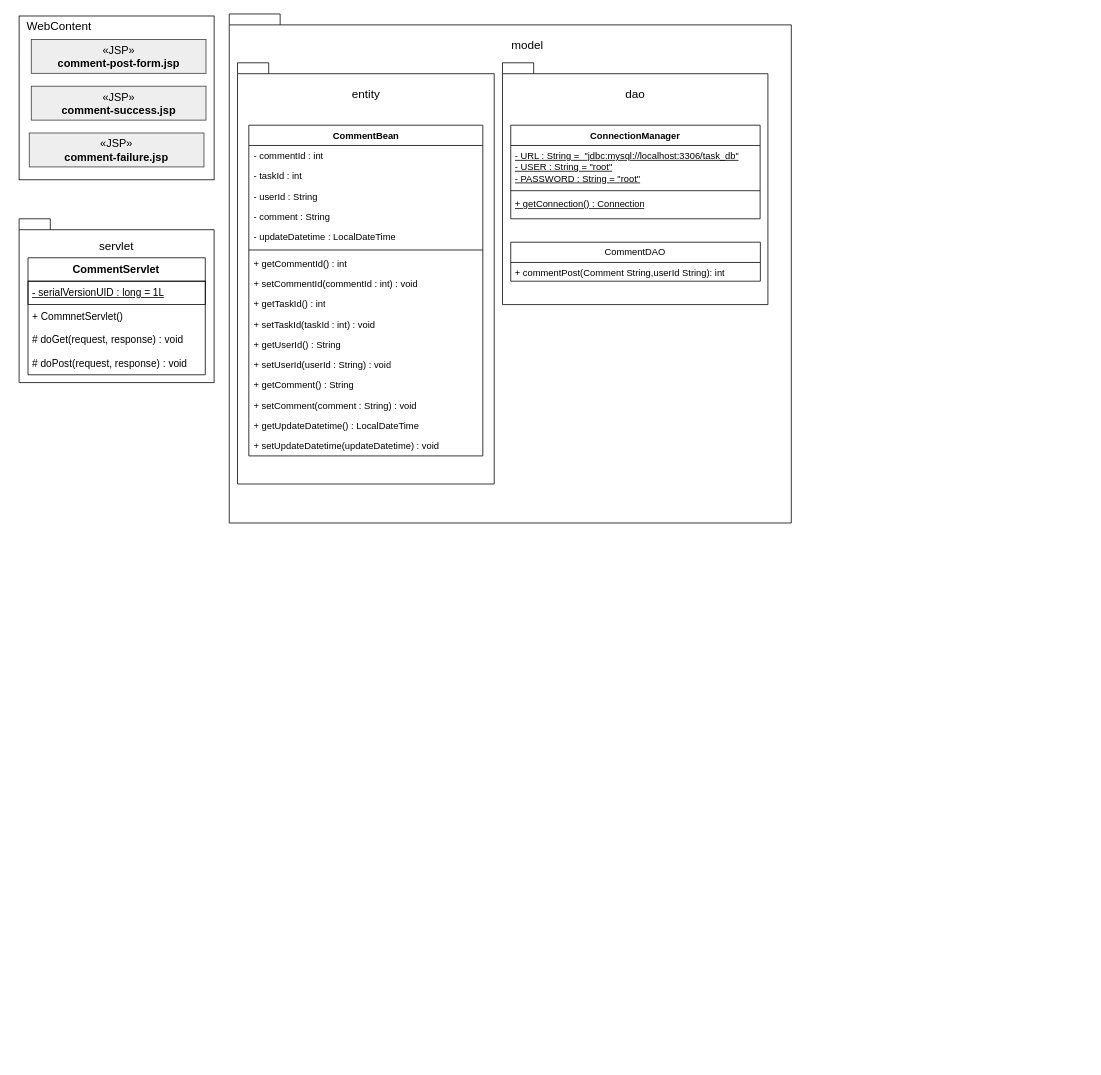
Above: design/class-diagram/詳細クラス図_コメント投稿機能.drawio in comsize-honiden/TaskManager62 (draw.io), before the change. Source tidied: cells renumbered, new cells numbered last; positions are measured from the earlier drawing's top-left corner, leaving out a move shared by most shapes. Both pictures are drawn from the tidied source at 78%, with x=0, y=0 at pixel (19, 13).
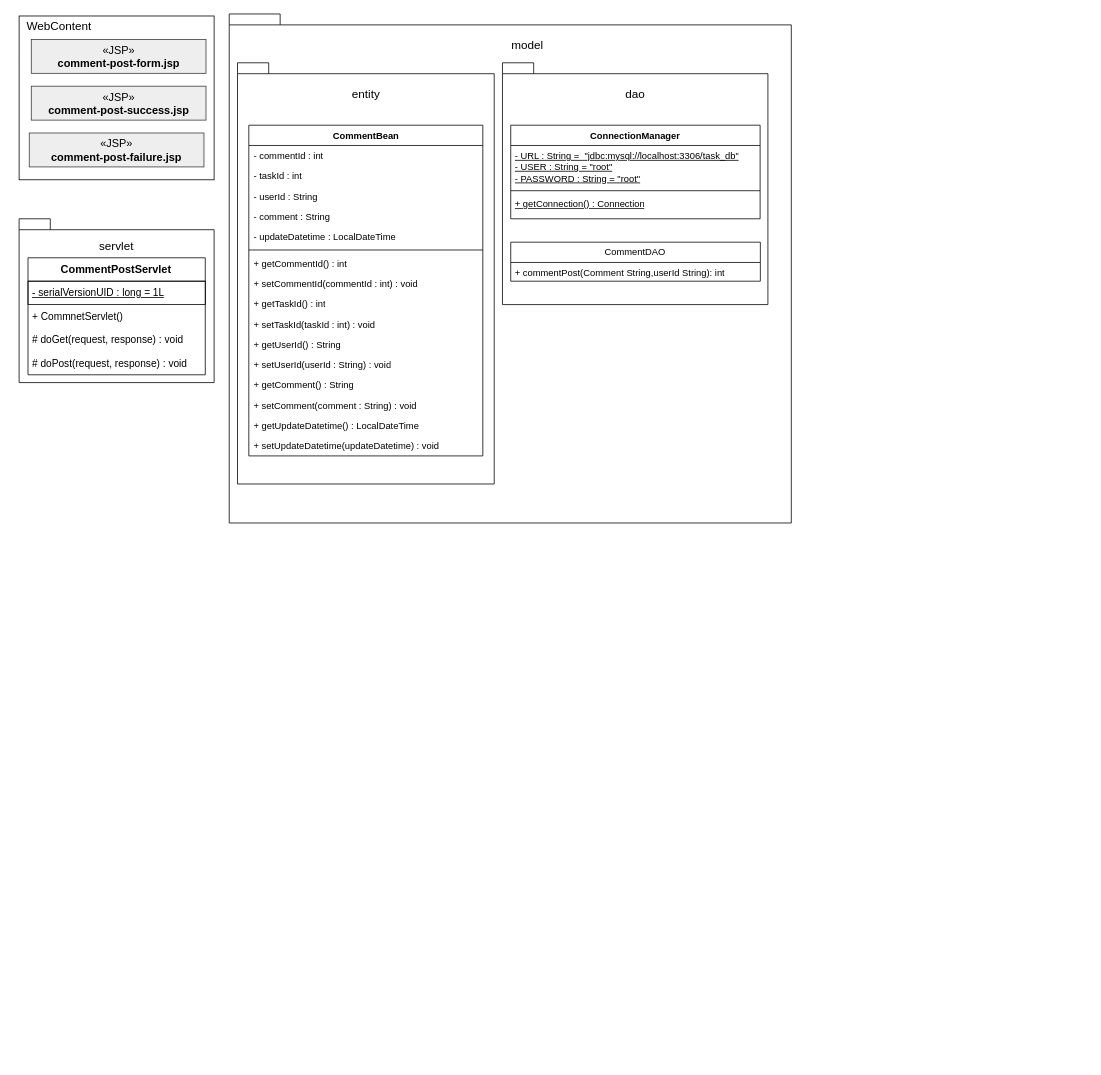
After the change.

Commit message:
更新　詳細クラス図_コメント投稿機能

Unchanged cells that the change refers to:
```xml
<mxCell id="33" style="group;" parent="1" vertex="1">
  <mxGeometry y="263" width="250" height="210" as="geometry" />
</mxCell>
<mxCell id="41" style="group;" parent="1" vertex="1">
  <mxGeometry y="3" width="250" height="252" as="geometry" />
</mxCell>
```

The edit, as a diff of the source:
```diff
@@
-    <mxCell id="35" value="&lt;b&gt;&lt;font style=&quot;font-size: 14px;&quot;&gt;CommentServlet&lt;/font&gt;&lt;/b&gt;" style="swimlane;fontStyle=0;horizontal=1;startSize=30;whiteSpace=wrap;html=1;" parent="33" vertex="1">
+    <mxCell id="35" value="&lt;b&gt;&lt;font style=&quot;font-size: 14px;&quot;&gt;CommentPostServlet&lt;/font&gt;&lt;/b&gt;" style="swimlane;fontStyle=0;horizontal=1;startSize=30;whiteSpace=wrap;html=1;" parent="33" vertex="1">
       <mxGeometry x="11.4" y="50" width="227.3" height="150" as="geometry" />
     </mxCell>
@@
-    <mxCell id="46" value="&lt;font style=&quot;font-size: 14px;&quot;&gt;«JSP»&lt;br&gt;&lt;b style=&quot;&quot;&gt;comment-success.jsp&lt;/b&gt;&lt;/font&gt;" style="html=1;whiteSpace=wrap;fillColor=#eeeeee;strokeColor=#36393d;" parent="41" vertex="1">
+    <mxCell id="46" value="&lt;font style=&quot;font-size: 14px;&quot;&gt;«JSP»&lt;br&gt;&lt;b style=&quot;&quot;&gt;comment-post-success.jsp&lt;/b&gt;&lt;/font&gt;" style="html=1;whiteSpace=wrap;fillColor=#eeeeee;strokeColor=#36393d;" parent="41" vertex="1">
       <mxGeometry x="15.6" y="90" width="224" height="43.5" as="geometry" />
     </mxCell>
-    <mxCell id="47" value="&lt;font style=&quot;&quot;&gt;&lt;span style=&quot;font-size: 14px;&quot;&gt;«JSP»&lt;/span&gt;&lt;br&gt;&lt;span style=&quot;font-size: 14px;&quot;&gt;&lt;b&gt;comment-failure&lt;/b&gt;&lt;/span&gt;&lt;b style=&quot;font-size: 14px;&quot;&gt;.jsp&lt;/b&gt;&lt;/font&gt;" style="html=1;whiteSpace=wrap;fillColor=#eeeeee;strokeColor=#36393d;" parent="41" vertex="1">
+    <mxCell id="47" value="&lt;font style=&quot;&quot;&gt;&lt;span style=&quot;font-size: 14px;&quot;&gt;«JSP»&lt;/span&gt;&lt;br&gt;&lt;span style=&quot;font-size: 14px;&quot;&gt;&lt;b&gt;comment-post-failure&lt;/b&gt;&lt;/span&gt;&lt;b style=&quot;font-size: 14px;&quot;&gt;.jsp&lt;/b&gt;&lt;/font&gt;" style="html=1;whiteSpace=wrap;fillColor=#eeeeee;strokeColor=#36393d;" parent="41" vertex="1">
       <mxGeometry x="13" y="150" width="224" height="43.5" as="geometry" />
     </mxCell>
```
